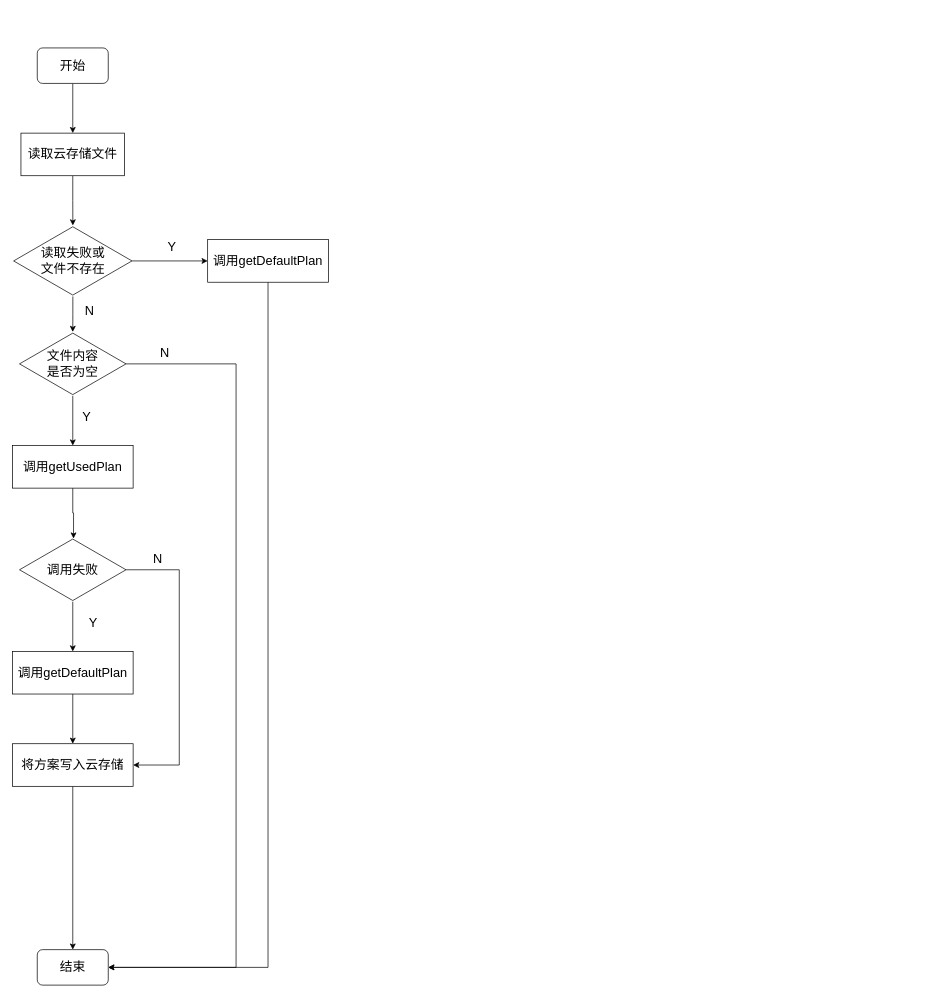
This is Untitled Diagram.drawio from Drjuror/HanLP, a draw.io file, before an edit. Source tidied: cells renumbered, new cells numbered last; positions are measured from the earlier drawing's top-left corner, leaving out a move shared by most shapes. Both pictures are drawn from the tidied source at 71%, with x=0, y=0 at pixel (12, 48).
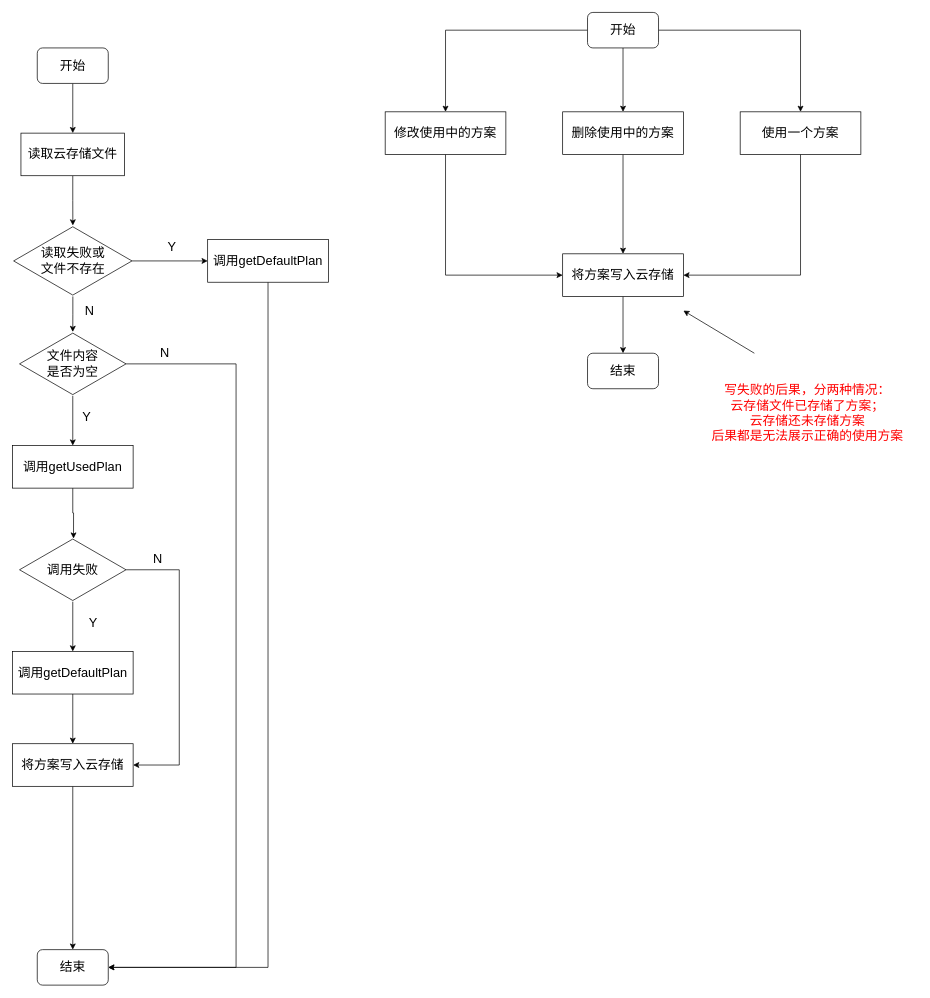
After the change.

The edit, as a diff of the source:
```diff
@@
+    <mxCell id="30" style="edgeStyle=orthogonalEdgeStyle;rounded=0;jettySize=auto;html=1;exitX=0.5;exitY=1;exitDx=0;exitDy=0;entryX=0;entryY=0.5;entryDx=0;entryDy=0;" parent="1" edge="1" source="31" target="41">
+      <mxGeometry relative="1" as="geometry" />
+    </mxCell>
+    <mxCell id="31" value="&lt;span style=&quot;font-size: 18px&quot;&gt;修改使用中的方案&lt;/span&gt;" style="rounded=0;whiteSpace=wrap;html=1;shadow=0;glass=0;sketch=0;" parent="1" vertex="1">
+      <mxGeometry x="525" y="90" width="170" height="60" as="geometry" />
+    </mxCell>
+    <mxCell id="32" style="edgeStyle=orthogonalEdgeStyle;rounded=0;jettySize=auto;html=1;exitX=0.5;exitY=1;exitDx=0;exitDy=0;entryX=0.5;entryY=0;entryDx=0;entryDy=0;" parent="1" edge="1" source="35" target="37">
+      <mxGeometry relative="1" as="geometry" />
+    </mxCell>
+    <mxCell id="33" style="edgeStyle=orthogonalEdgeStyle;rounded=0;jettySize=auto;html=1;exitX=0;exitY=0.5;exitDx=0;exitDy=0;entryX=0.5;entryY=0;entryDx=0;entryDy=0;" parent="1" edge="1" source="35" target="31">
+      <mxGeometry relative="1" as="geometry" />
+    </mxCell>
+    <mxCell id="34" style="edgeStyle=orthogonalEdgeStyle;rounded=0;jettySize=auto;html=1;exitX=1;exitY=0.5;exitDx=0;exitDy=0;entryX=0.5;entryY=0;entryDx=0;entryDy=0;" parent="1" edge="1" source="35" target="39">
+      <mxGeometry relative="1" as="geometry" />
+    </mxCell>
+    <mxCell id="35" value="&lt;font style=&quot;font-size: 18px&quot;&gt;开始&lt;/font&gt;" style="rounded=1;whiteSpace=wrap;html=1;shadow=0;sketch=0;glass=0;" parent="1" vertex="1">
+      <mxGeometry x="810" y="-50" width="100" height="50" as="geometry" />
+    </mxCell>
+    <mxCell id="36" style="edgeStyle=orthogonalEdgeStyle;rounded=0;jettySize=auto;html=1;exitX=0.5;exitY=1;exitDx=0;exitDy=0;entryX=0.5;entryY=0;entryDx=0;entryDy=0;" parent="1" edge="1" source="37" target="41">
+      <mxGeometry relative="1" as="geometry" />
+    </mxCell>
+    <mxCell id="37" value="&lt;span style=&quot;font-size: 18px&quot;&gt;删除使用中的方案&lt;/span&gt;" style="rounded=0;whiteSpace=wrap;html=1;shadow=0;glass=0;sketch=0;" parent="1" vertex="1">
+      <mxGeometry x="775" y="90" width="170" height="60" as="geometry" />
+    </mxCell>
+    <mxCell id="38" style="edgeStyle=orthogonalEdgeStyle;rounded=0;jettySize=auto;html=1;exitX=0.5;exitY=1;exitDx=0;exitDy=0;entryX=1;entryY=0.5;entryDx=0;entryDy=0;" parent="1" edge="1" source="39" target="41">
+      <mxGeometry relative="1" as="geometry" />
+    </mxCell>
+    <mxCell id="39" value="&lt;span style=&quot;font-size: 18px&quot;&gt;使用一个方案&lt;/span&gt;" style="rounded=0;whiteSpace=wrap;html=1;shadow=0;glass=0;sketch=0;" parent="1" vertex="1">
+      <mxGeometry x="1025" y="90" width="170" height="60" as="geometry" />
+    </mxCell>
+    <mxCell id="40" style="edgeStyle=orthogonalEdgeStyle;rounded=0;jettySize=auto;html=1;exitX=0.5;exitY=1;exitDx=0;exitDy=0;entryX=0.5;entryY=0;entryDx=0;entryDy=0;" parent="1" edge="1" source="41" target="42">
+      <mxGeometry relative="1" as="geometry" />
+    </mxCell>
+    <mxCell id="41" value="&lt;span style=&quot;font-size: 18px&quot;&gt;将方案写入云存储&lt;/span&gt;" style="rounded=0;whiteSpace=wrap;html=1;shadow=0;glass=0;sketch=0;" parent="1" vertex="1">
+      <mxGeometry x="775" y="290" width="170" height="60" as="geometry" />
+    </mxCell>
+    <mxCell id="42" value="&lt;span style=&quot;font-size: 18px&quot;&gt;结束&lt;/span&gt;" style="rounded=1;whiteSpace=wrap;html=1;shadow=0;sketch=0;glass=0;" parent="1" vertex="1">
+      <mxGeometry x="810" y="430" width="100" height="50" as="geometry" />
+    </mxCell>
+    <mxCell id="43" value="&lt;font style=&quot;font-size: 18px&quot; color=&quot;#ff0000&quot;&gt;写失败的后果，分两种情况：&lt;br&gt;云存储文件已存储了方案；&lt;br&gt;云存储还未存储方案&lt;br&gt;后果都是无法展示正确的使用方案&lt;br&gt;&lt;/font&gt;" style="text;html=1;strokeColor=none;fillColor=none;align=center;verticalAlign=middle;whiteSpace=wrap;rounded=0;shadow=0;glass=0;sketch=0;" parent="1" vertex="1">
+      <mxGeometry x="965" y="450" width="310" height="130" as="geometry" />
+    </mxCell>
+    <mxCell id="44" style="endArrow=classic;html=1;" parent="1" edge="1">
+      <mxGeometry relative="1" as="geometry">
+        <mxPoint x="1045" y="430" as="sourcePoint" />
+        <mxPoint x="945" y="370" as="targetPoint" />
+      </mxGeometry>
+    </mxCell>
```
